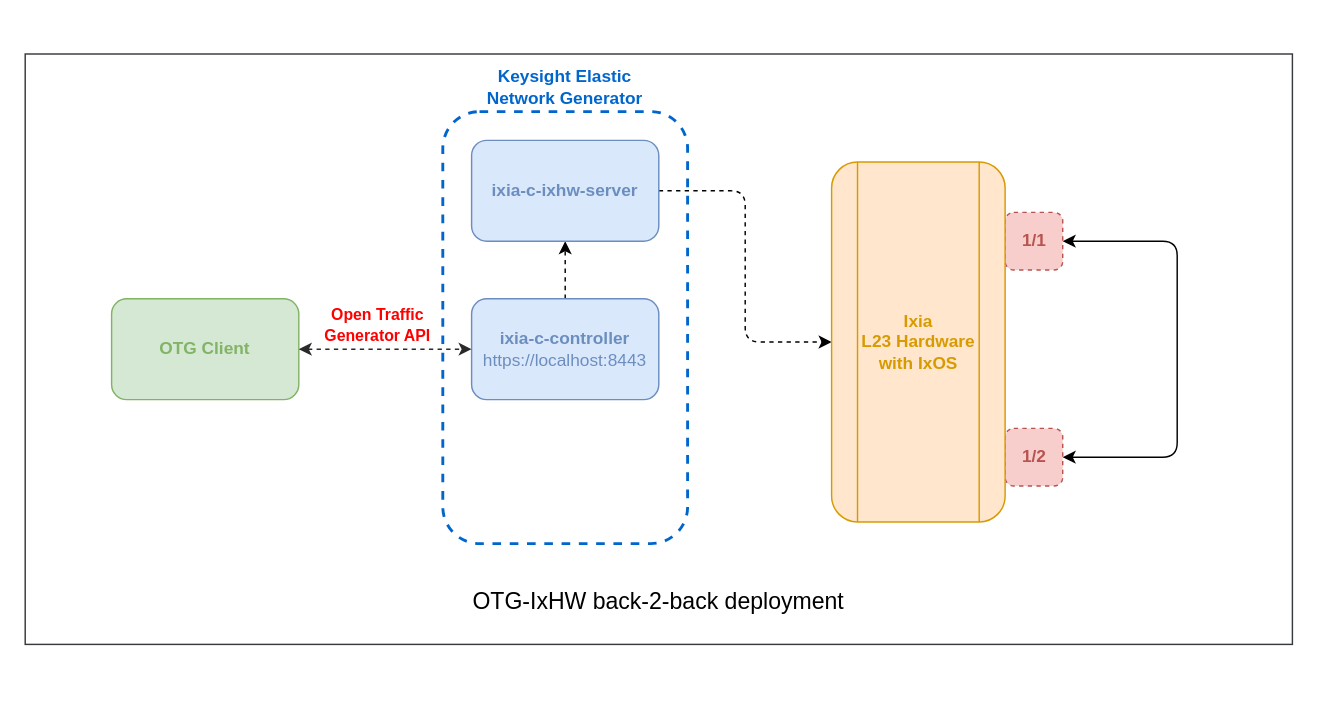
Above: page "ixhw-b2b" (9 of 9) of drawio/otg-examples.drawio in open-traffic-generator/otg-examples (draw.io), before the change. Source tidied: cells renumbered, new cells numbered last; positions are measured from the earlier drawing's top-left corner, leaving out a move shared by most shapes. Both pictures are drawn from the tidied source at 144%, with x=0, y=0 at pixel (24, 53).
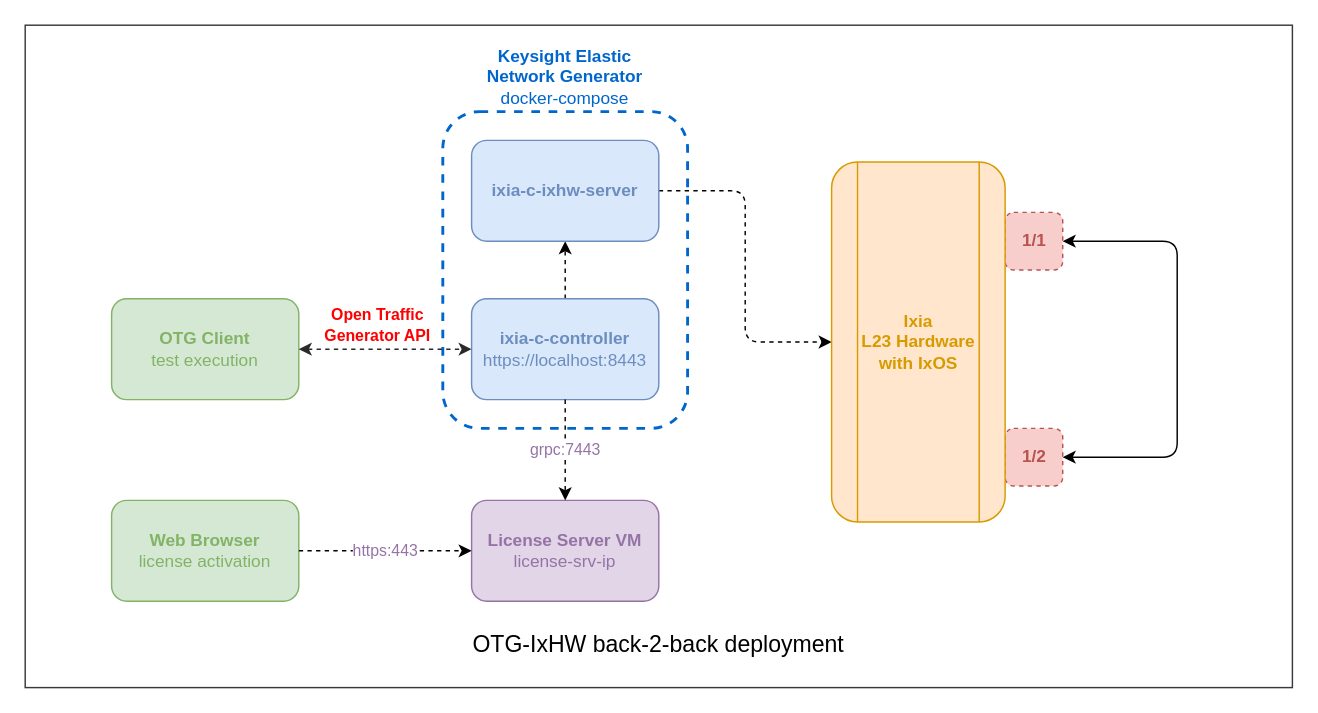
Above is the later version.

Commit message (it also covers changes not shown here):
licensing vm diagram

Unchanged cells that the change refers to:
```xml
<mxCell id="9" value="&lt;font style=&quot;&quot;&gt;&lt;b&gt;ixia-c-controller&lt;/b&gt;&lt;br&gt;https://localhost:8443&lt;br&gt;&lt;/font&gt;" style="rounded=1;whiteSpace=wrap;html=1;fillColor=#dae8fc;strokeColor=#6c8ebf;fillStyle=hachure;fontColor=#6C8EBF;" parent="1" vertex="1">
  <mxGeometry x="310" y="170" width="130" height="70" as="geometry" />
</mxCell>
```

The edit, as a diff of the source:
```diff
@@
     <mxCell id="2" style="rounded=0;whiteSpace=wrap;html=1;fillColor=#FFFFFF;strokeColor=#36393d;fontStyle=1;" parent="1" vertex="1">
-      <mxGeometry width="880" height="410" as="geometry" />
+      <mxGeometry y="-20" width="880" height="460" as="geometry" />
     </mxCell>
-    <mxCell id="3" value="OTG Client" style="rounded=1;whiteSpace=wrap;html=1;fillColor=#d5e8d4;strokeColor=#82b366;fontStyle=1;fillStyle=hachure;fontColor=#82B366;" parent="1" vertex="1">
+    <mxCell id="3" value="OTG Client&lt;br&gt;&lt;span style=&quot;font-weight: normal;&quot;&gt;test execution&lt;/span&gt;" style="rounded=1;whiteSpace=wrap;html=1;fillColor=#d5e8d4;strokeColor=#82b366;fontStyle=1;fillStyle=hachure;fontColor=#82B366;" parent="1" vertex="1">
       <mxGeometry x="60" y="170" width="130" height="70" as="geometry" />
     </mxCell>
-    <mxCell id="4" value="Keysight Elastic &lt;br&gt;Network Generator" style="rounded=1;whiteSpace=wrap;html=1;strokeWidth=2;dashed=1;strokeColor=#0066CC;fillColor=none;labelPosition=center;verticalLabelPosition=top;align=center;verticalAlign=bottom;fontStyle=1;fontColor=#0066CC;" parent="1" vertex="1">
-      <mxGeometry x="290" y="40" width="170" height="300" as="geometry" />
+    <mxCell id="4" value="Keysight Elastic &lt;br&gt;Network Generator&lt;br&gt;&lt;span style=&quot;font-weight: normal;&quot;&gt;docker-compose&lt;/span&gt;" style="rounded=1;whiteSpace=wrap;html=1;strokeWidth=2;dashed=1;strokeColor=#0066CC;fillColor=none;labelPosition=center;verticalLabelPosition=top;align=center;verticalAlign=bottom;fontStyle=1;fontColor=#0066CC;" parent="1" vertex="1">
+      <mxGeometry x="290" y="40" width="170" height="220" as="geometry" />
     </mxCell>
@@
     <mxCell id="14" value="&lt;font color=&quot;#000000&quot; style=&quot;font-size: 16px&quot;&gt;OTG-IxHW back-2-back deployment&lt;/font&gt;" style="text;html=1;strokeColor=none;fillColor=none;align=center;verticalAlign=middle;whiteSpace=wrap;rounded=0;" parent="1" vertex="1">
-      <mxGeometry x="280" y="370" width="320" height="20" as="geometry" />
+      <mxGeometry x="280" y="400" width="320" height="20" as="geometry" />
     </mxCell>
@@
+    <mxCell id="16" value="License Server VM&lt;br&gt;&lt;span style=&quot;font-weight: normal;&quot;&gt;license-srv-ip&lt;/span&gt;" style="rounded=1;whiteSpace=wrap;html=1;fillColor=#e1d5e7;strokeColor=#9673a6;fontStyle=1;fillStyle=hachure;fontColor=#9673A6;" parent="1" vertex="1">
+      <mxGeometry x="310" y="310" width="130" height="70" as="geometry" />
+    </mxCell>
+    <mxCell id="17" value="grpc:7443" style="edgeStyle=orthogonalEdgeStyle;rounded=1;jettySize=auto;html=1;entryX=0.5;entryY=0;entryDx=0;entryDy=0;dashed=1;fontColor=#9673A6;startArrow=none;startFill=0;endArrow=classic;endFill=1;exitX=0.5;exitY=1;exitDx=0;exitDy=0;" parent="1" edge="1" source="9" target="16">
+      <mxGeometry relative="1" as="geometry" />
+    </mxCell>
+    <mxCell id="18" value="Web Browser&lt;br&gt;&lt;span style=&quot;font-weight: normal;&quot;&gt;license activation&lt;/span&gt;" style="rounded=1;whiteSpace=wrap;html=1;fillColor=#d5e8d4;strokeColor=#82b366;fontStyle=1;fillStyle=hachure;fontColor=#82B366;" parent="1" vertex="1">
+      <mxGeometry x="60" y="310" width="130" height="70" as="geometry" />
+    </mxCell>
+    <mxCell id="19" value="https:443" style="edgeStyle=orthogonalEdgeStyle;rounded=1;jettySize=auto;html=1;entryX=0;entryY=0.5;entryDx=0;entryDy=0;dashed=1;fontColor=#9673A6;startArrow=none;startFill=0;endArrow=classic;endFill=1;exitX=1;exitY=0.5;exitDx=0;exitDy=0;" parent="1" edge="1" source="18" target="16">
+      <mxGeometry relative="1" as="geometry" />
+    </mxCell>
```
